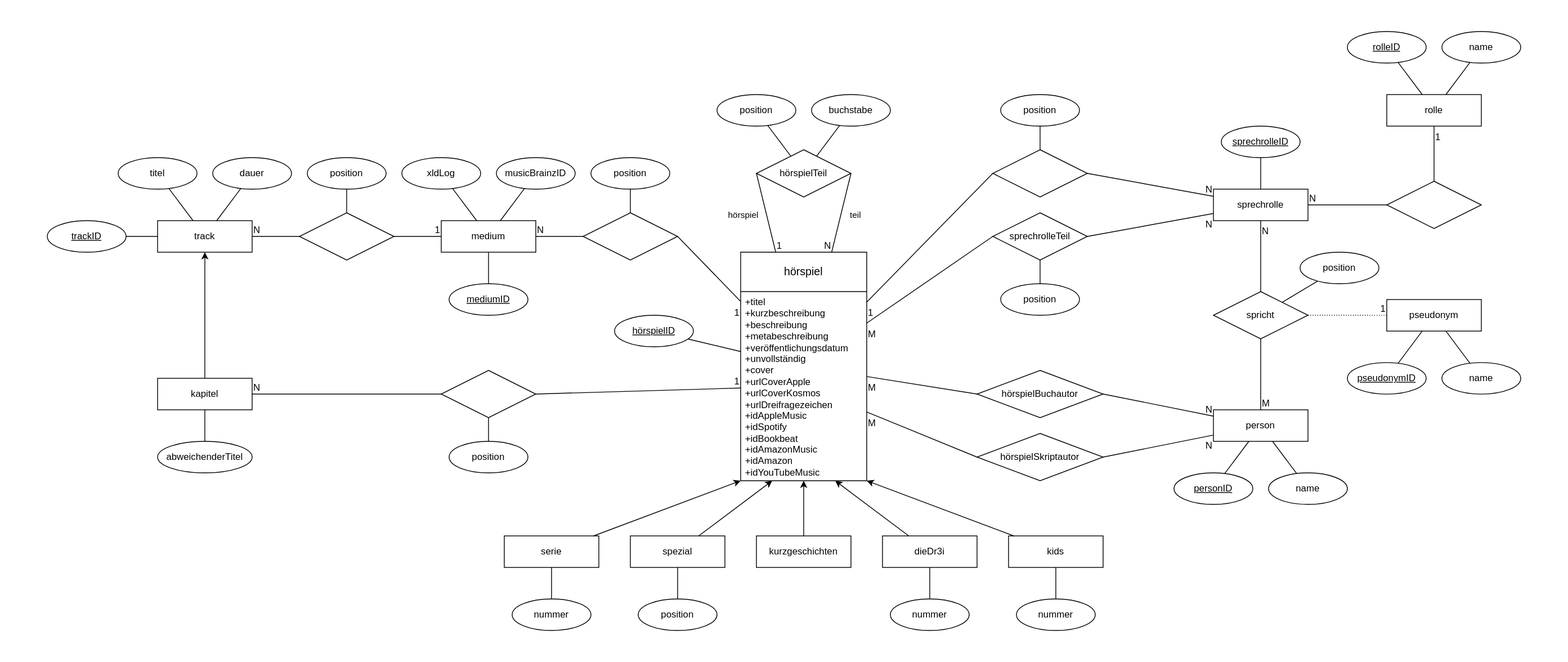
The draw.io diagram model/relationalModel.svg in YourMJK/dreimetadaten, before a commit. Source tidied: cells renumbered, new cells last; positions are measured from the earlier drawing's top-left corner, leaving out a move shared by most shapes.
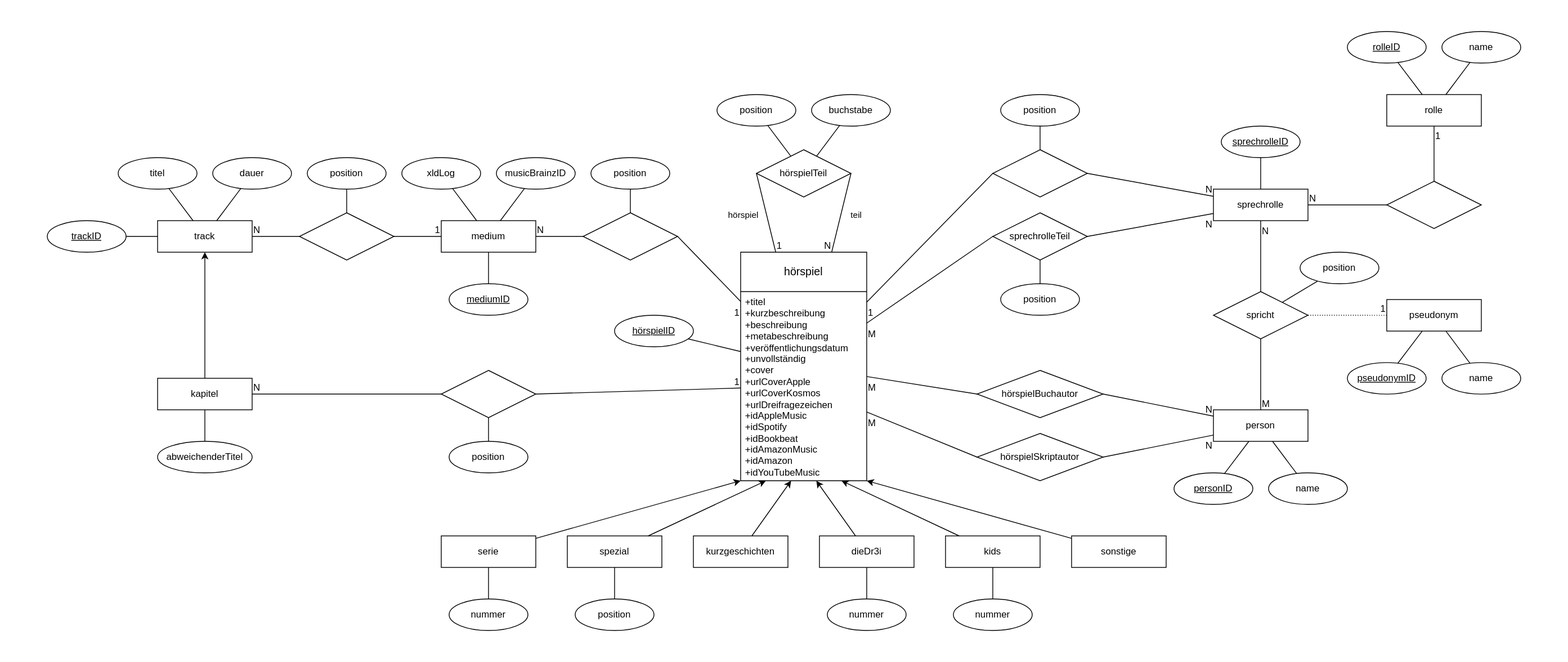
After the change.

Commit message:
code: Added "sonstige" collection to models

Change to the diagram source:
```diff
@@ -5,10 +5,10 @@
     <mxCell id="2" value="hörspielID" style="ellipse;whiteSpace=wrap;html=1;align=center;fontStyle=4;" parent="1" vertex="1">
       <mxGeometry x="720" y="360" width="100" height="40" as="geometry" />
     </mxCell>
-    <mxCell id="3" value="hörspiel" style="swimlane;horizontal=1;startSize=50;rounded=1;fontSize=14;fontStyle=0;strokeWidth=1;shadow=0;dashed=0;align=center;arcSize=0;whiteSpace=wrap;html=1;" parent="1" vertex="1">
+    <mxCell id="3" value="hörspiel" style="swimlane;horizontal=1;startSize=50;rounded=1;fontSize=14;fontStyle=0;strokeWidth=1;shadow=0;dashed=0;align=center;arcSize=0;whiteSpace=wrap;html=1;points=[[0,0,0,0,0],[0,0.25,0,0,0],[0,0.5,0,0,0],[0,0.75,0,0,0],[0,1,0,0,0],[0.2,1,0,0,0],[0.25,0,0,0,0],[0.4,1,0,0,0],[0.5,0,0,0,0],[0.6,1,0,0,0],[0.75,0,0,0,0],[0.8,1,0,0,0],[1,0,0,0,0],[1,0.25,0,0,0],[1,0.5,0,0,0],[1,0.75,0,0,0],[1,1,0,0,0]];" parent="1" vertex="1">
       <mxGeometry x="880" y="280" width="160" height="290" as="geometry" />
     </mxCell>
-    <mxCell id="4" value="&lt;div&gt;+titel&lt;br&gt;&lt;/div&gt;&lt;div&gt;+kurzbeschreibung&lt;/div&gt;&lt;div&gt;+beschreibung&lt;/div&gt;&lt;div&gt;+metabeschreibung&lt;/div&gt;&lt;div&gt;+veröffentlichungsdatum&lt;/div&gt;&lt;div&gt;+unvollständig&lt;/div&gt;&lt;div&gt;+cover&lt;/div&gt;&lt;div&gt;+urlCoverApple&lt;/div&gt;&lt;div&gt;+urlCoverKosmos&lt;/div&gt;&lt;div&gt;+urlDreifragezeichen&lt;/div&gt;&lt;div&gt;+idAppleMusic&lt;/div&gt;&lt;div&gt;+idSpotify&lt;/div&gt;&lt;div&gt;+idBookbeat&lt;/div&gt;&lt;div&gt;+idAmazonMusic&lt;br&gt;&lt;/div&gt;&lt;div&gt;+idAmazon&lt;br&gt;&lt;/div&gt;&lt;div&gt;+idYouTubeMusic&lt;/div&gt;" style="align=left;strokeColor=none;fillColor=none;spacingLeft=4;fontSize=12;verticalAlign=top;html=1;" parent="3" vertex="1">
+    <mxCell id="4" value="&lt;div&gt;+titel&lt;br&gt;&lt;/div&gt;&lt;div&gt;+kurzbeschreibung&lt;/div&gt;&lt;div&gt;+beschreibung&lt;/div&gt;&lt;div&gt;+metabeschreibung&lt;/div&gt;&lt;div&gt;+veröffentlichungsdatum&lt;/div&gt;&lt;div&gt;+unvollständig&lt;/div&gt;&lt;div&gt;+cover&lt;/div&gt;&lt;div&gt;+urlCoverApple&lt;/div&gt;&lt;div&gt;+urlCoverKosmos&lt;/div&gt;&lt;div&gt;+urlDreifragezeichen&lt;/div&gt;&lt;div&gt;+idAppleMusic&lt;/div&gt;&lt;div&gt;+idSpotify&lt;/div&gt;&lt;div&gt;+idBookbeat&lt;/div&gt;&lt;div&gt;+idAmazonMusic&lt;br&gt;&lt;/div&gt;&lt;div&gt;+idAmazon&lt;br&gt;&lt;/div&gt;&lt;div&gt;+idYouTubeMusic&lt;/div&gt;" style="align=left;strokeColor=none;fillColor=none;spacingLeft=4;fontSize=12;verticalAlign=top;html=1;points=[[0,0,0,0,0],[0,0.25,0,0,0],[0,0.5,0,0,0],[0,0.75,0,0,0],[0,1,0,0,0],[0.2,1,0,0,0],[0.25,0,0,0,0],[0.4,1,0,0,0],[0.5,0,0,0,0],[0.6,1,0,0,0],[0.75,0,0,0,0],[0.8,1,0,0,0],[1,0,0,0,0],[1,0.25,0,0,0],[1,0.5,0,0,0],[1,0.75,0,0,0],[1,1,0,0,0]];" parent="3" vertex="1">
       <mxGeometry y="50" width="160" height="240" as="geometry" />
     </mxCell>
     <mxCell id="5" style="edgeStyle=orthogonalEdgeStyle;rounded=0;orthogonalLoop=1;jettySize=auto;html=1;exitX=0.5;exitY=1;exitDx=0;exitDy=0;" parent="3" edge="1" source="4" target="4">
@@ -51,45 +51,45 @@
       <mxGeometry relative="1" as="geometry" />
     </mxCell>
     <mxCell id="18" value="serie" style="whiteSpace=wrap;html=1;align=center;" parent="1" vertex="1">
-      <mxGeometry x="580" y="640" width="120" height="40" as="geometry" />
+      <mxGeometry x="500" y="640" width="120" height="40" as="geometry" />
     </mxCell>
     <mxCell id="19" style="endArrow=none;html=1;rounded=0;startArrow=classic;startFill=1;exitX=0;exitY=1;exitDx=0;exitDy=0;" parent="1" edge="1" source="4" target="18">
       <mxGeometry relative="1" as="geometry" />
     </mxCell>
     <mxCell id="20" value="nummer" style="ellipse;whiteSpace=wrap;html=1;align=center;" parent="1" vertex="1">
-      <mxGeometry x="590" y="720" width="100" height="40" as="geometry" />
+      <mxGeometry x="510" y="720" width="100" height="40" as="geometry" />
     </mxCell>
     <mxCell id="21" style="endArrow=none;html=1;rounded=0;" parent="1" edge="1" source="20" target="18">
       <mxGeometry relative="1" as="geometry" />
     </mxCell>
     <mxCell id="22" value="spezial" style="whiteSpace=wrap;html=1;align=center;" parent="1" vertex="1">
-      <mxGeometry x="740" y="640" width="120" height="40" as="geometry" />
+      <mxGeometry x="660" y="640" width="120" height="40" as="geometry" />
     </mxCell>
     <mxCell id="23" value="position" style="ellipse;whiteSpace=wrap;html=1;align=center;" parent="1" vertex="1">
-      <mxGeometry x="750" y="720" width="100" height="40" as="geometry" />
+      <mxGeometry x="670" y="720" width="100" height="40" as="geometry" />
     </mxCell>
     <mxCell id="24" style="endArrow=none;html=1;rounded=0;" parent="1" edge="1" source="23" target="22">
       <mxGeometry relative="1" as="geometry" />
     </mxCell>
     <mxCell id="25" value="kurzgeschichten" style="whiteSpace=wrap;html=1;align=center;" parent="1" vertex="1">
-      <mxGeometry x="900" y="640" width="120" height="40" as="geometry" />
+      <mxGeometry x="820" y="640" width="120" height="40" as="geometry" />
     </mxCell>
     <mxCell id="26" value="dieDr3i" style="whiteSpace=wrap;html=1;align=center;" parent="1" vertex="1">
-      <mxGeometry x="1060" y="640" width="120" height="40" as="geometry" />
+      <mxGeometry x="980" y="640" width="120" height="40" as="geometry" />
     </mxCell>
     <mxCell id="27" value="nummer" style="ellipse;whiteSpace=wrap;html=1;align=center;" parent="1" vertex="1">
-      <mxGeometry x="1070" y="720" width="100" height="40" as="geometry" />
+      <mxGeometry x="990" y="720" width="100" height="40" as="geometry" />
     </mxCell>
     <mxCell id="28" style="endArrow=none;html=1;rounded=0;" parent="1" edge="1" source="27" target="26">
       <mxGeometry relative="1" as="geometry" />
     </mxCell>
-    <mxCell id="29" style="endArrow=none;html=1;rounded=0;startArrow=classic;startFill=1;exitX=0.25;exitY=1;exitDx=0;exitDy=0;" parent="1" edge="1" source="4" target="22">
+    <mxCell id="29" style="endArrow=none;html=1;rounded=0;startArrow=classic;startFill=1;exitX=0.2;exitY=1;exitDx=0;exitDy=0;exitPerimeter=0;" parent="1" edge="1" source="4" target="22">
       <mxGeometry relative="1" as="geometry" />
     </mxCell>
-    <mxCell id="30" style="endArrow=none;html=1;rounded=0;startArrow=classic;startFill=1;exitX=0.5;exitY=1;exitDx=0;exitDy=0;" parent="1" edge="1" source="4" target="25">
+    <mxCell id="30" style="endArrow=none;html=1;rounded=0;startArrow=classic;startFill=1;exitX=0.4;exitY=1;exitDx=0;exitDy=0;exitPerimeter=0;" parent="1" edge="1" source="4" target="25">
       <mxGeometry relative="1" as="geometry" />
     </mxCell>
-    <mxCell id="31" style="endArrow=none;html=1;rounded=0;startArrow=classic;startFill=1;exitX=0.75;exitY=1;exitDx=0;exitDy=0;" parent="1" edge="1" source="4" target="26">
+    <mxCell id="31" style="endArrow=none;html=1;rounded=0;startArrow=classic;startFill=1;exitX=0.6;exitY=1;exitDx=0;exitDy=0;exitPerimeter=0;" parent="1" edge="1" source="4" target="26">
       <mxGeometry relative="1" as="geometry" />
     </mxCell>
     <mxCell id="32" value="medium" style="whiteSpace=wrap;html=1;align=center;" parent="1" vertex="1">
@@ -366,15 +366,15 @@
       <mxGeometry x="1" relative="1" as="geometry" />
     </mxCell>
     <mxCell id="123" value="kids" style="whiteSpace=wrap;html=1;align=center;" parent="1" vertex="1">
-      <mxGeometry x="1220" y="640" width="120" height="40" as="geometry" />
+      <mxGeometry x="1140" y="640" width="120" height="40" as="geometry" />
     </mxCell>
     <mxCell id="124" value="nummer" style="ellipse;whiteSpace=wrap;html=1;align=center;" parent="1" vertex="1">
-      <mxGeometry x="1230" y="720" width="100" height="40" as="geometry" />
+      <mxGeometry x="1150" y="720" width="100" height="40" as="geometry" />
     </mxCell>
     <mxCell id="125" style="endArrow=none;html=1;rounded=0;" parent="1" edge="1" source="124" target="123">
       <mxGeometry relative="1" as="geometry" />
     </mxCell>
-    <mxCell id="126" style="endArrow=none;html=1;rounded=0;startArrow=classic;startFill=1;exitX=1;exitY=1;exitDx=0;exitDy=0;" parent="1" edge="1" source="4" target="123">
+    <mxCell id="126" style="endArrow=none;html=1;rounded=0;startArrow=classic;startFill=1;exitX=0.8;exitY=1;exitDx=0;exitDy=0;exitPerimeter=0;" parent="1" edge="1" source="4" target="123">
       <mxGeometry relative="1" as="geometry" />
     </mxCell>
     <mxCell id="127" style="endArrow=none;html=1;rounded=0;dashed=1;dashPattern=1 2;exitX=1;exitY=0.5;exitDx=0;exitDy=0;" parent="1" edge="1" source="103" target="74">
@@ -389,5 +389,11 @@
     <mxCell id="130" style="endArrow=none;html=1;rounded=0;" parent="1" edge="1" source="32" target="129">
       <mxGeometry relative="1" as="geometry" />
     </mxCell>
+    <mxCell id="131" value="sonstige" style="whiteSpace=wrap;html=1;align=center;" parent="1" vertex="1">
+      <mxGeometry x="1300" y="640" width="120" height="40" as="geometry" />
+    </mxCell>
+    <mxCell id="132" style="endArrow=none;html=1;rounded=0;startArrow=classic;startFill=1;exitX=1;exitY=1;exitDx=0;exitDy=0;exitPerimeter=0;" parent="1" edge="1" source="4" target="131">
+      <mxGeometry relative="1" as="geometry" />
+    </mxCell>
   </root>
 </mxGraphModel>
```
